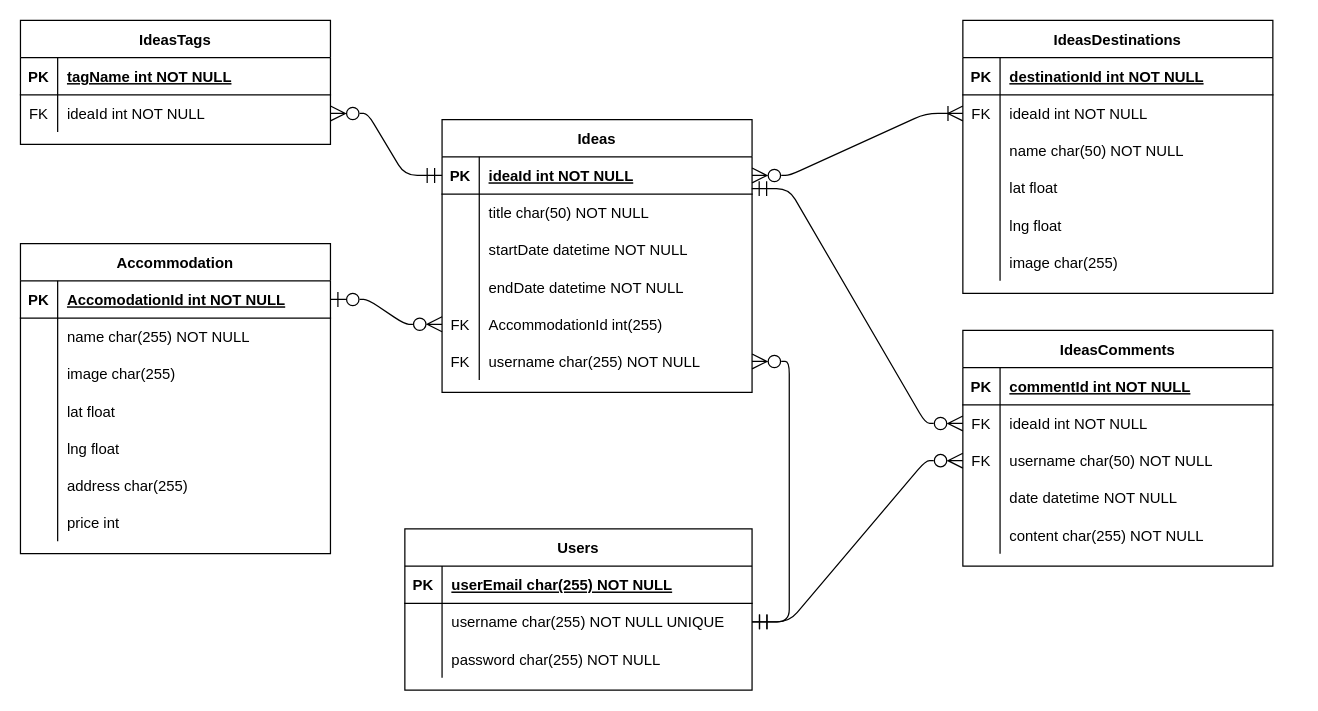
Above: Docs/ER Diagram.drawio in Connie-byte/icom6034-project (draw.io), before the change. Source tidied: cells renumbered, new cells numbered last; positions are measured from the earlier drawing's top-left corner, leaving out a move shared by most shapes. Both pictures are drawn from the tidied source at 124%, with x=0, y=0 at pixel (20, 20).
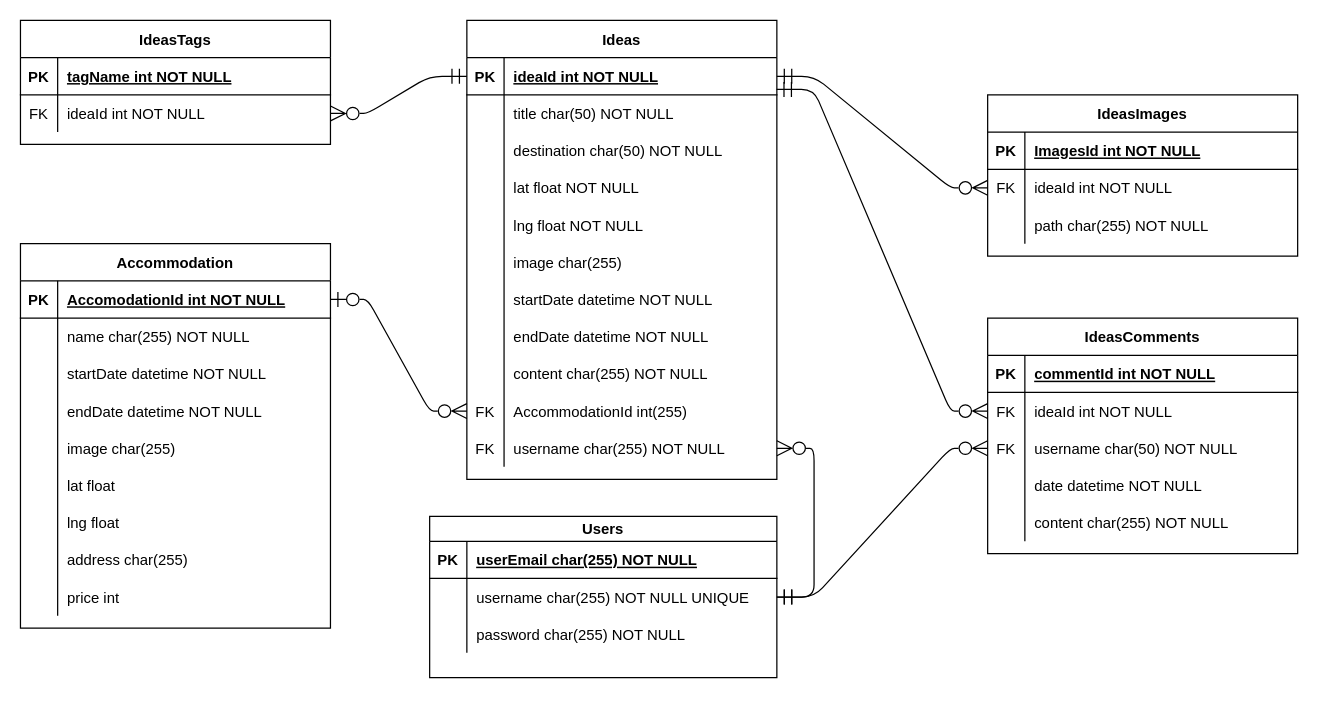
After the change.

The change refers to these unchanged cells:
```xml
<mxCell id="10" style="shape=partialRectangle;fillColor=none;points=[[0,0.5],[1,0.5]];portConstraint=eastwest;top=0;left=0;right=0;bottom=1;" parent="9" vertex="1">
  <mxGeometry y="30" width="250" height="30" as="geometry" />
</mxCell>
```

What changed in the source:
```diff
@@
     <mxCell id="9" value="Ideas" style="shape=table;startSize=30;childLayout=tableLayout;rowLines=0;fontStyle=1;align=center;" parent="1" vertex="1">
-      <mxGeometry x="340" y="80" width="250" height="220" as="geometry" />
+      <mxGeometry x="360" width="250" height="370" as="geometry" />
     </mxCell>
@@
+    <mxCell id="101" style="shape=partialRectangle;fillColor=none;top=0;left=0;right=0;bottom=0;" parent="9" vertex="1">
+      <mxGeometry y="90" width="250" height="30" as="geometry" />
+    </mxCell>
+    <mxCell id="102" style="shape=partialRectangle;overflow=hidden;fillColor=none;top=0;left=0;bottom=0;right=0;" parent="101" vertex="1">
+      <mxGeometry width="30" height="30" as="geometry" />
+    </mxCell>
+    <mxCell id="103" value="destination char(50) NOT NULL" style="shape=partialRectangle;overflow=hidden;fillColor=none;top=0;left=0;bottom=0;right=0;align=left;spacingLeft=6;" parent="101" vertex="1">
+      <mxGeometry x="30" width="220" height="30" as="geometry" />
+    </mxCell>
+    <mxCell id="104" style="shape=partialRectangle;fillColor=none;top=0;left=0;right=0;bottom=0;" parent="9" vertex="1">
+      <mxGeometry y="120" width="250" height="30" as="geometry" />
+    </mxCell>
+    <mxCell id="105" style="shape=partialRectangle;overflow=hidden;fillColor=none;top=0;left=0;bottom=0;right=0;" parent="104" vertex="1">
+      <mxGeometry width="30" height="30" as="geometry" />
+    </mxCell>
+    <mxCell id="106" value="lat float NOT NULL" style="shape=partialRectangle;overflow=hidden;fillColor=none;top=0;left=0;bottom=0;right=0;align=left;spacingLeft=6;" parent="104" vertex="1">
+      <mxGeometry x="30" width="220" height="30" as="geometry" />
+    </mxCell>
+    <mxCell id="94" style="shape=partialRectangle;fillColor=none;top=0;left=0;right=0;bottom=0;" parent="9" vertex="1">
+      <mxGeometry y="150" width="250" height="30" as="geometry" />
+    </mxCell>
+    <mxCell id="107" style="shape=partialRectangle;overflow=hidden;fillColor=none;top=0;left=0;bottom=0;right=0;" parent="94" vertex="1">
+      <mxGeometry width="30" height="30" as="geometry" />
+    </mxCell>
+    <mxCell id="108" value="lng float NOT NULL" style="shape=partialRectangle;overflow=hidden;fillColor=none;top=0;left=0;bottom=0;right=0;align=left;spacingLeft=6;" parent="94" vertex="1">
+      <mxGeometry x="30" width="220" height="30" as="geometry" />
+    </mxCell>
+    <mxCell id="97" style="shape=partialRectangle;fillColor=none;top=0;left=0;right=0;bottom=0;" parent="9" vertex="1">
+      <mxGeometry y="180" width="250" height="30" as="geometry" />
+    </mxCell>
+    <mxCell id="109" style="shape=partialRectangle;overflow=hidden;fillColor=none;top=0;left=0;bottom=0;right=0;" parent="97" vertex="1">
+      <mxGeometry width="30" height="30" as="geometry" />
+    </mxCell>
+    <mxCell id="99" value="image char(255)" style="shape=partialRectangle;overflow=hidden;fillColor=none;top=0;left=0;bottom=0;right=0;align=left;spacingLeft=6;" parent="97" vertex="1">
+      <mxGeometry x="30" width="220" height="30" as="geometry" />
+    </mxCell>
     <mxCell id="16" style="shape=partialRectangle;fillColor=none;top=0;left=0;right=0;bottom=0;" parent="9" vertex="1">
-      <mxGeometry y="90" width="250" height="30" as="geometry" />
+      <mxGeometry y="210" width="250" height="30" as="geometry" />
     </mxCell>
@@
     <mxCell id="19" style="shape=partialRectangle;fillColor=none;top=0;left=0;right=0;bottom=0;" parent="9" vertex="1">
-      <mxGeometry y="120" width="250" height="30" as="geometry" />
+      <mxGeometry y="240" width="250" height="30" as="geometry" />
     </mxCell>
@@
+    <mxCell id="110" style="shape=partialRectangle;fillColor=none;top=0;left=0;right=0;bottom=0;" parent="9" vertex="1">
+      <mxGeometry y="270" width="250" height="30" as="geometry" />
+    </mxCell>
+    <mxCell id="111" style="shape=partialRectangle;overflow=hidden;fillColor=none;top=0;left=0;bottom=0;right=0;" parent="110" vertex="1">
+      <mxGeometry width="30" height="30" as="geometry" />
+    </mxCell>
+    <mxCell id="112" value="content char(255) NOT NULL" style="shape=partialRectangle;overflow=hidden;fillColor=none;top=0;left=0;bottom=0;right=0;align=left;spacingLeft=6;" parent="110" vertex="1">
+      <mxGeometry x="30" width="220" height="30" as="geometry" />
+    </mxCell>
     <mxCell id="22" style="shape=partialRectangle;fillColor=none;points=[[0,0.5],[1,0.5]];portConstraint=eastwest;top=0;left=0;right=0;bottom=0;" parent="9" vertex="1">
-      <mxGeometry y="150" width="250" height="30" as="geometry" />
+      <mxGeometry y="300" width="250" height="30" as="geometry" />
     </mxCell>
@@
     <mxCell id="25" style="shape=partialRectangle;fillColor=none;points=[[0,0.5],[1,0.5]];portConstraint=eastwest;top=0;left=0;right=0;bottom=0;" parent="9" vertex="1">
-      <mxGeometry y="180" width="250" height="30" as="geometry" />
+      <mxGeometry y="330" width="250" height="30" as="geometry" />
     </mxCell>
@@
     <mxCell id="29" value="IdeasComments" style="shape=table;startSize=30;childLayout=tableLayout;rowLines=0;fontStyle=1;align=center;" parent="1" vertex="1">
-      <mxGeometry x="760" y="250" width="250" height="190" as="geometry" />
+      <mxGeometry x="780" y="240" width="250" height="190" as="geometry" />
     </mxCell>
@@
-    <mxCell id="46" value="Users" style="shape=table;startSize=30;childLayout=tableLayout;rowLines=0;fontStyle=1;align=center;" parent="1" vertex="1">
-      <mxGeometry x="310" y="410" width="280" height="130" as="geometry" />
+    <mxCell id="46" value="Users" style="shape=table;startSize=20;childLayout=tableLayout;rowLines=0;fontStyle=1;align=center;" parent="1" vertex="1">
+      <mxGeometry x="330" y="400" width="280" height="130" as="geometry" />
     </mxCell>
     <mxCell id="47" style="shape=partialRectangle;fillColor=none;top=0;left=0;right=0;bottom=1;" parent="46" vertex="1">
-      <mxGeometry y="30" width="280" height="30" as="geometry" />
+      <mxGeometry y="20" width="280" height="30" as="geometry" />
     </mxCell>
@@
     <mxCell id="50" style="shape=partialRectangle;fillColor=none;points=[[0,0.5],[1,0.5]];portConstraint=eastwest;top=0;left=0;right=0;bottom=0;" parent="46" vertex="1">
-      <mxGeometry y="60" width="280" height="30" as="geometry" />
+      <mxGeometry y="50" width="280" height="30" as="geometry" />
     </mxCell>
@@
     <mxCell id="53" style="shape=partialRectangle;fillColor=none;top=0;left=0;right=0;bottom=0;" parent="46" vertex="1">
-      <mxGeometry y="90" width="280" height="30" as="geometry" />
+      <mxGeometry y="80" width="280" height="30" as="geometry" />
     </mxCell>
@@
     <mxCell id="58" value="Accommodation" style="shape=table;startSize=30;childLayout=tableLayout;rowLines=0;fontStyle=1;align=center;" parent="1" vertex="1">
-      <mxGeometry y="180" width="250" height="250" as="geometry" />
+      <mxGeometry y="180" width="250" height="310" as="geometry" />
     </mxCell>
@@
+    <mxCell id="113" style="shape=partialRectangle;fillColor=none;top=0;left=0;right=0;bottom=0;" parent="58" vertex="1">
+      <mxGeometry y="90" width="250" height="30" as="geometry" />
+    </mxCell>
+    <mxCell id="114" style="shape=partialRectangle;overflow=hidden;fillColor=none;top=0;left=0;bottom=0;right=0;" parent="113" vertex="1">
+      <mxGeometry width="30" height="30" as="geometry" />
+    </mxCell>
+    <mxCell id="115" value="startDate datetime NOT NULL" style="shape=partialRectangle;overflow=hidden;fillColor=none;top=0;left=0;bottom=0;right=0;align=left;spacingLeft=6;" parent="113" vertex="1">
+      <mxGeometry x="30" width="220" height="30" as="geometry" />
+    </mxCell>
+    <mxCell id="116" style="shape=partialRectangle;fillColor=none;top=0;left=0;right=0;bottom=0;" parent="58" vertex="1">
+      <mxGeometry y="120" width="250" height="30" as="geometry" />
+    </mxCell>
+    <mxCell id="117" style="shape=partialRectangle;overflow=hidden;fillColor=none;top=0;left=0;bottom=0;right=0;" parent="116" vertex="1">
+      <mxGeometry width="30" height="30" as="geometry" />
+    </mxCell>
+    <mxCell id="118" value="endDate datetime NOT NULL" style="shape=partialRectangle;overflow=hidden;fillColor=none;top=0;left=0;bottom=0;right=0;align=left;spacingLeft=6;" parent="116" vertex="1">
+      <mxGeometry x="30" width="220" height="30" as="geometry" />
+    </mxCell>
     <mxCell id="65" style="shape=partialRectangle;fillColor=none;top=0;left=0;right=0;bottom=0;" parent="58" vertex="1">
-      <mxGeometry y="90" width="250" height="30" as="geometry" />
+      <mxGeometry y="150" width="250" height="30" as="geometry" />
     </mxCell>
@@
     <mxCell id="68" style="shape=partialRectangle;fillColor=none;top=0;left=0;right=0;bottom=0;" parent="58" vertex="1">
-      <mxGeometry y="120" width="250" height="30" as="geometry" />
+      <mxGeometry y="180" width="250" height="30" as="geometry" />
     </mxCell>
@@
     <mxCell id="71" style="shape=partialRectangle;fillColor=none;top=0;left=0;right=0;bottom=0;" parent="58" vertex="1">
-      <mxGeometry y="150" width="250" height="30" as="geometry" />
+      <mxGeometry y="210" width="250" height="30" as="geometry" />
     </mxCell>
@@
     <mxCell id="74" style="shape=partialRectangle;fillColor=none;top=0;left=0;right=0;bottom=0;" parent="58" vertex="1">
-      <mxGeometry y="180" width="250" height="30" as="geometry" />
+      <mxGeometry y="240" width="250" height="30" as="geometry" />
     </mxCell>
@@
     <mxCell id="77" style="shape=partialRectangle;fillColor=none;top=0;left=0;right=0;bottom=0;" parent="58" vertex="1">
-      <mxGeometry y="210" width="250" height="30" as="geometry" />
+      <mxGeometry y="270" width="250" height="30" as="geometry" />
     </mxCell>
@@
-    <mxCell id="81" value="IdeasDestinations" style="shape=table;startSize=30;childLayout=tableLayout;rowLines=0;fontStyle=1;align=center;" parent="1" vertex="1">
-      <mxGeometry x="760" width="250" height="220" as="geometry" />
-    </mxCell>
+    <mxCell id="119" value="IdeasImages" style="shape=table;startSize=30;childLayout=tableLayout;rowLines=0;fontStyle=1;align=center;" parent="1" vertex="1">
+      <mxGeometry x="780" y="60" width="250" height="130" as="geometry" />
+    </mxCell>
-    <mxCell id="82" style="shape=partialRectangle;fillColor=none;top=0;left=0;right=0;bottom=1;" parent="81" vertex="1">
+    <mxCell id="82" style="shape=partialRectangle;fillColor=none;top=0;left=0;right=0;bottom=1;" parent="119" vertex="1">
       <mxGeometry y="30" width="250" height="30" as="geometry" />
     </mxCell>
@@
-    <mxCell id="84" value="destinationId int NOT NULL " style="shape=partialRectangle;overflow=hidden;fillColor=none;top=0;left=0;bottom=0;right=0;align=left;spacingLeft=6;fontStyle=5;" parent="82" vertex="1">
-      <mxGeometry x="30" width="220" height="30" as="geometry" />
-    </mxCell>
+    <mxCell id="120" value="ImagesId int NOT NULL " style="shape=partialRectangle;overflow=hidden;fillColor=none;top=0;left=0;bottom=0;right=0;align=left;spacingLeft=6;fontStyle=5;" parent="82" vertex="1">
+      <mxGeometry x="30" width="220" height="30" as="geometry" />
+    </mxCell>
-    <mxCell id="85" style="shape=partialRectangle;fillColor=none;points=[[0,0.5],[1,0.5]];portConstraint=eastwest;top=0;left=0;right=0;bottom=0;" parent="81" vertex="1">
+    <mxCell id="85" style="shape=partialRectangle;fillColor=none;points=[[0,0.5],[1,0.5]];portConstraint=eastwest;top=0;left=0;right=0;bottom=0;" parent="119" vertex="1">
       <mxGeometry y="60" width="250" height="30" as="geometry" />
     </mxCell>
@@
-    <mxCell id="88" style="shape=partialRectangle;fillColor=none;top=0;left=0;right=0;bottom=0;" parent="81" vertex="1">
-      <mxGeometry y="90" width="250" height="30" as="geometry" />
-    </mxCell>
-    <mxCell id="89" style="shape=partialRectangle;overflow=hidden;fillColor=none;top=0;left=0;bottom=0;right=0;" parent="88" vertex="1">
-      <mxGeometry width="30" height="30" as="geometry" />
-    </mxCell>
-    <mxCell id="90" value="name char(50) NOT NULL" style="shape=partialRectangle;overflow=hidden;fillColor=none;top=0;left=0;bottom=0;right=0;align=left;spacingLeft=6;" parent="88" vertex="1">
-      <mxGeometry x="30" width="220" height="30" as="geometry" />
-    </mxCell>
-    <mxCell id="91" style="shape=partialRectangle;fillColor=none;top=0;left=0;right=0;bottom=0;" parent="81" vertex="1">
-      <mxGeometry y="120" width="250" height="30" as="geometry" />
-    </mxCell>
-    <mxCell id="92" style="shape=partialRectangle;overflow=hidden;fillColor=none;top=0;left=0;bottom=0;right=0;" parent="91" vertex="1">
-      <mxGeometry width="30" height="30" as="geometry" />
-    </mxCell>
-    <mxCell id="93" value="lat float" style="shape=partialRectangle;overflow=hidden;fillColor=none;top=0;left=0;bottom=0;right=0;align=left;spacingLeft=6;" parent="91" vertex="1">
-      <mxGeometry x="30" width="220" height="30" as="geometry" />
-    </mxCell>
-    <mxCell id="94" style="shape=partialRectangle;fillColor=none;top=0;left=0;right=0;bottom=0;" parent="81" vertex="1">
-      <mxGeometry y="150" width="250" height="30" as="geometry" />
-    </mxCell>
-    <mxCell id="95" style="shape=partialRectangle;overflow=hidden;fillColor=none;top=0;left=0;bottom=0;right=0;" parent="94" vertex="1">
-      <mxGeometry width="30" height="30" as="geometry" />
-    </mxCell>
-    <mxCell id="96" value="lng float" style="shape=partialRectangle;overflow=hidden;fillColor=none;top=0;left=0;bottom=0;right=0;align=left;spacingLeft=6;" parent="94" vertex="1">
-      <mxGeometry x="30" width="220" height="30" as="geometry" />
-    </mxCell>
-    <mxCell id="97" style="shape=partialRectangle;fillColor=none;top=0;left=0;right=0;bottom=0;" parent="81" vertex="1">
-      <mxGeometry y="180" width="250" height="30" as="geometry" />
-    </mxCell>
-    <mxCell id="98" style="shape=partialRectangle;overflow=hidden;fillColor=none;top=0;left=0;bottom=0;right=0;" parent="97" vertex="1">
-      <mxGeometry width="30" height="30" as="geometry" />
-    </mxCell>
-    <mxCell id="99" value="image char(255)" style="shape=partialRectangle;overflow=hidden;fillColor=none;top=0;left=0;bottom=0;right=0;align=left;spacingLeft=6;" parent="97" vertex="1">
-      <mxGeometry x="30" width="220" height="30" as="geometry" />
-    </mxCell>
+    <mxCell id="121" style="shape=partialRectangle;fillColor=none;top=0;left=0;right=0;bottom=0;" parent="119" vertex="1">
+      <mxGeometry y="90" width="250" height="30" as="geometry" />
+    </mxCell>
+    <mxCell id="122" style="shape=partialRectangle;overflow=hidden;fillColor=none;top=0;left=0;bottom=0;right=0;" parent="121" vertex="1">
+      <mxGeometry width="30" height="30" as="geometry" />
+    </mxCell>
+    <mxCell id="123" value="path char(255) NOT NULL" style="shape=partialRectangle;overflow=hidden;fillColor=none;top=0;left=0;bottom=0;right=0;align=left;spacingLeft=6;" parent="121" vertex="1">
+      <mxGeometry x="30" width="220" height="30" as="geometry" />
+    </mxCell>
-    <mxCell id="100" style="edgeStyle=entityRelationEdgeStyle;fontSize=12;html=1;endArrow=ERoneToMany;startArrow=ERzeroToMany;endSize=10;startSize=10;endFill=0;entryX=0;entryY=0.5;entryDx=0;entryDy=0;startFill=0;" parent="1" edge="1" source="10" target="85">
+    <mxCell id="100" style="edgeStyle=entityRelationEdgeStyle;fontSize=12;html=1;endArrow=ERzeroToMany;startArrow=ERmandOne;exitX=1;exitY=0.5;exitDx=0;exitDy=0;endSize=10;startSize=10;endFill=0;entryX=0;entryY=0.5;entryDx=0;entryDy=0;" parent="1" edge="1" source="10" target="85">
       <mxGeometry relative="1" as="geometry" />
     </mxCell>
```
